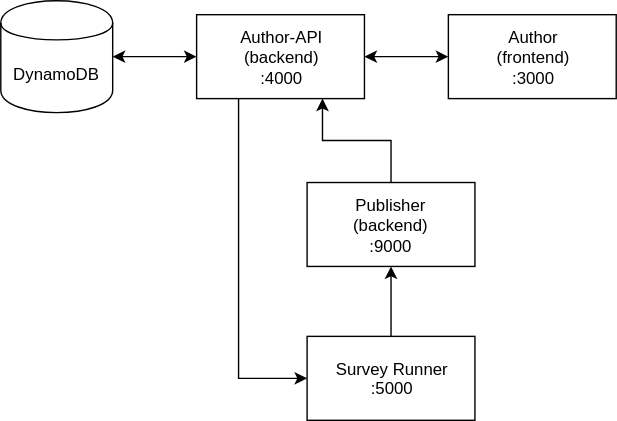
ONSdigital/eq-compose keeps this draw.io diagram as component-diagram.svg. Above is the earlier version. Source tidied: cells renumbered, new cells last; positions are measured from the earlier drawing's top-left corner, leaving out a move shared by most shapes.
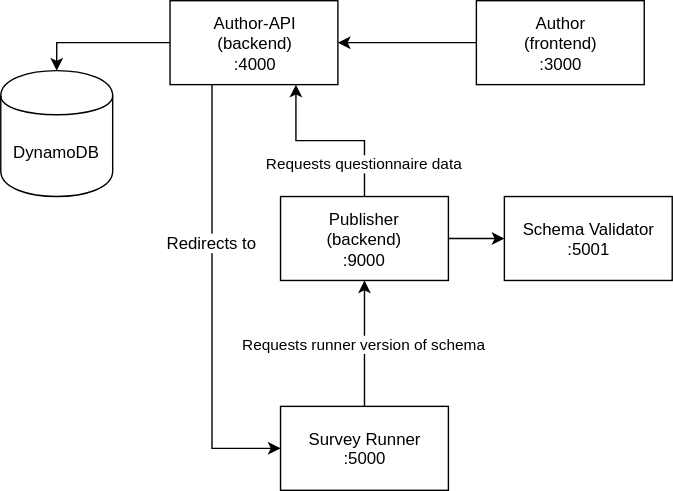
The same diagram one commit later.

The edit, as a diff of the source:
```diff
@@ -2,35 +2,46 @@
   <root>
     <mxCell id="0" />
     <mxCell id="1" parent="0" />
-    <mxCell id="2" style="edgeStyle=orthogonalEdgeStyle;rounded=0;jettySize=auto;html=1;exitX=0;exitY=0.5;exitDx=0;exitDy=0;entryX=1;entryY=0.5;entryDx=0;entryDy=0;startArrow=classic;startFill=1;" parent="1" edge="1" source="3" target="6">
+    <mxCell id="2" style="edgeStyle=orthogonalEdgeStyle;rounded=0;jettySize=auto;html=1;exitX=0;exitY=0.5;exitDx=0;exitDy=0;entryX=1;entryY=0.5;entryDx=0;entryDy=0;startArrow=none;startFill=0;endArrow=classic;endFill=1;" parent="1" edge="1" source="3" target="6">
       <mxGeometry relative="1" as="geometry" />
     </mxCell>
     <mxCell id="3" value="Author&lt;br&gt;(frontend)&lt;br&gt;:3000&lt;br&gt;" style="rounded=0;whiteSpace=wrap;html=1;" parent="1" vertex="1">
-      <mxGeometry x="320" y="10" width="120" height="60" as="geometry" />
+      <mxGeometry x="359" width="120" height="60" as="geometry" />
     </mxCell>
-    <mxCell id="4" style="edgeStyle=orthogonalEdgeStyle;rounded=0;jettySize=auto;html=1;exitX=0;exitY=0.5;exitDx=0;exitDy=0;entryX=1;entryY=0.5;entryDx=0;entryDy=0;startArrow=classic;startFill=1;" parent="1" edge="1" source="6" target="11">
+    <mxCell id="4" style="edgeStyle=orthogonalEdgeStyle;rounded=0;jettySize=auto;html=1;exitX=0;exitY=0.5;exitDx=0;exitDy=0;entryX=0.5;entryY=0;entryDx=0;entryDy=0;startArrow=none;startFill=0;endArrow=classic;endFill=1;" parent="1" edge="1" source="6" target="11">
       <mxGeometry relative="1" as="geometry" />
     </mxCell>
     <mxCell id="5" style="edgeStyle=orthogonalEdgeStyle;rounded=0;jettySize=auto;html=1;exitX=0.25;exitY=1;exitDx=0;exitDy=0;entryX=0;entryY=0.5;entryDx=0;entryDy=0;startArrow=none;startFill=0;" parent="1" edge="1" source="6" target="10">
       <mxGeometry relative="1" as="geometry" />
     </mxCell>
+    <mxCell id="12" value="Redirects to" style="text;html=1;align=center;verticalAlign=middle;labelBackgroundColor=#ffffff;" parent="5" vertex="1">
+      <mxGeometry x="0.08" y="2" relative="1" as="geometry">
+        <mxPoint x="-3" y="-54" as="offset" />
+      </mxGeometry>
+    </mxCell>
     <mxCell id="6" value="Author-API&lt;br&gt;(backend)&lt;br&gt;:4000&lt;br&gt;" style="rounded=0;whiteSpace=wrap;html=1;" parent="1" vertex="1">
-      <mxGeometry x="140" y="10" width="120" height="60" as="geometry" />
+      <mxGeometry x="140" width="120" height="60" as="geometry" />
     </mxCell>
-    <mxCell id="7" style="edgeStyle=orthogonalEdgeStyle;rounded=0;jettySize=auto;html=1;exitX=0.5;exitY=1;exitDx=0;exitDy=0;entryX=0.5;entryY=0;entryDx=0;entryDy=0;startArrow=classic;startFill=1;endArrow=none;endFill=0;" parent="1" edge="1" source="9" target="10">
+    <mxCell id="7" value="Requests runner version of schema" style="edgeStyle=orthogonalEdgeStyle;rounded=0;jettySize=auto;html=1;exitX=0.5;exitY=1;exitDx=0;exitDy=0;entryX=0.5;entryY=0;entryDx=0;entryDy=0;startArrow=classic;startFill=1;endArrow=none;endFill=0;" parent="1" edge="1" source="9" target="10">
       <mxGeometry relative="1" as="geometry" />
     </mxCell>
-    <mxCell id="8" style="edgeStyle=orthogonalEdgeStyle;rounded=0;jettySize=auto;html=1;startArrow=none;startFill=0;entryX=0.75;entryY=1;entryDx=0;entryDy=0;endArrow=classic;endFill=1;" parent="1" edge="1" source="9" target="6">
-      <mxGeometry relative="1" as="geometry" />
+    <mxCell id="8" value="Requests questionnaire data" style="edgeStyle=orthogonalEdgeStyle;rounded=0;jettySize=auto;html=1;startArrow=none;startFill=0;entryX=0.75;entryY=1;entryDx=0;entryDy=0;endArrow=classic;endFill=1;" parent="1" edge="1" source="9" target="6">
+      <mxGeometry x="-0.63" relative="1" as="geometry" />
     </mxCell>
+    <mxCell id="13" style="edgeStyle=orthogonalEdgeStyle;rounded=0;jettySize=auto;html=1;exitX=1;exitY=0.5;exitDx=0;exitDy=0;entryX=0;entryY=0.5;entryDx=0;entryDy=0;startArrow=none;startFill=0;endArrow=classic;endFill=1;" parent="1" edge="1" source="9" target="14">
+      <mxGeometry relative="1" as="geometry" />
+    </mxCell>
     <mxCell id="9" value="Publisher&lt;br&gt;(backend)&lt;br&gt;:9000&lt;br&gt;" style="rounded=0;whiteSpace=wrap;html=1;" parent="1" vertex="1">
-      <mxGeometry x="219" y="130" width="120" height="60" as="geometry" />
+      <mxGeometry x="219" y="140" width="120" height="60" as="geometry" />
     </mxCell>
     <mxCell id="10" value="Survey Runner&lt;br&gt;:5000&lt;br&gt;" style="rounded=0;whiteSpace=wrap;html=1;" parent="1" vertex="1">
-      <mxGeometry x="219" y="240" width="120" height="60" as="geometry" />
+      <mxGeometry x="219" y="290" width="120" height="60" as="geometry" />
     </mxCell>
     <mxCell id="11" value="DynamoDB" style="shape=cylinder;whiteSpace=wrap;html=1;boundedLbl=1;backgroundOutline=1;" parent="1" vertex="1">
-      <mxGeometry width="80" height="80" as="geometry" />
+      <mxGeometry x="19" y="50" width="80" height="90" as="geometry" />
     </mxCell>
+    <mxCell id="14" value="Schema Validator&lt;br&gt;:5001&lt;br&gt;" style="rounded=0;whiteSpace=wrap;html=1;" parent="1" vertex="1">
+      <mxGeometry x="379" y="140" width="120" height="60" as="geometry" />
+    </mxCell>
   </root>
 </mxGraphModel>
```
